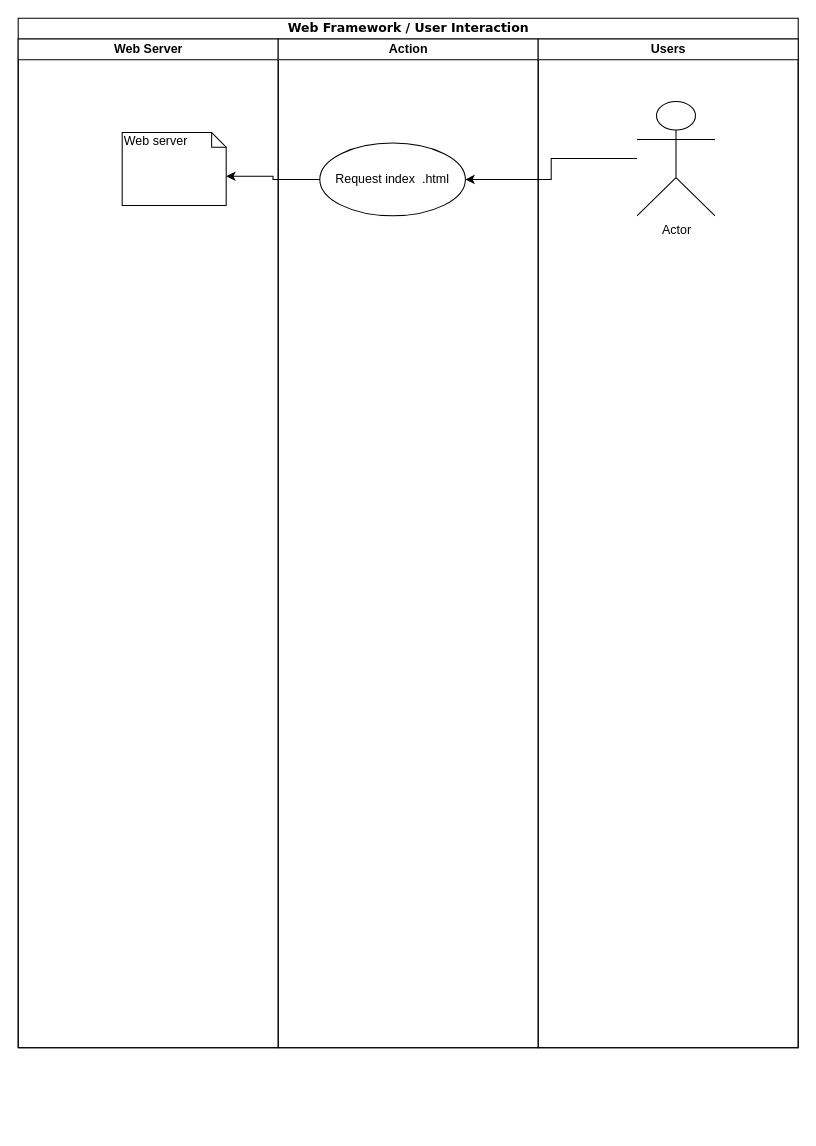
kodeschreiber/ITIS4155 keeps this draw.io diagram as ITIS4155_UML.drawio. Above is the earlier version. Source tidied: cells renumbered, new cells numbered last; positions are measured from the earlier drawing's top-left corner, leaving out a move shared by most shapes. Both pictures are drawn from the tidied source at 104%, with x=0, y=0 at pixel (18, 18).
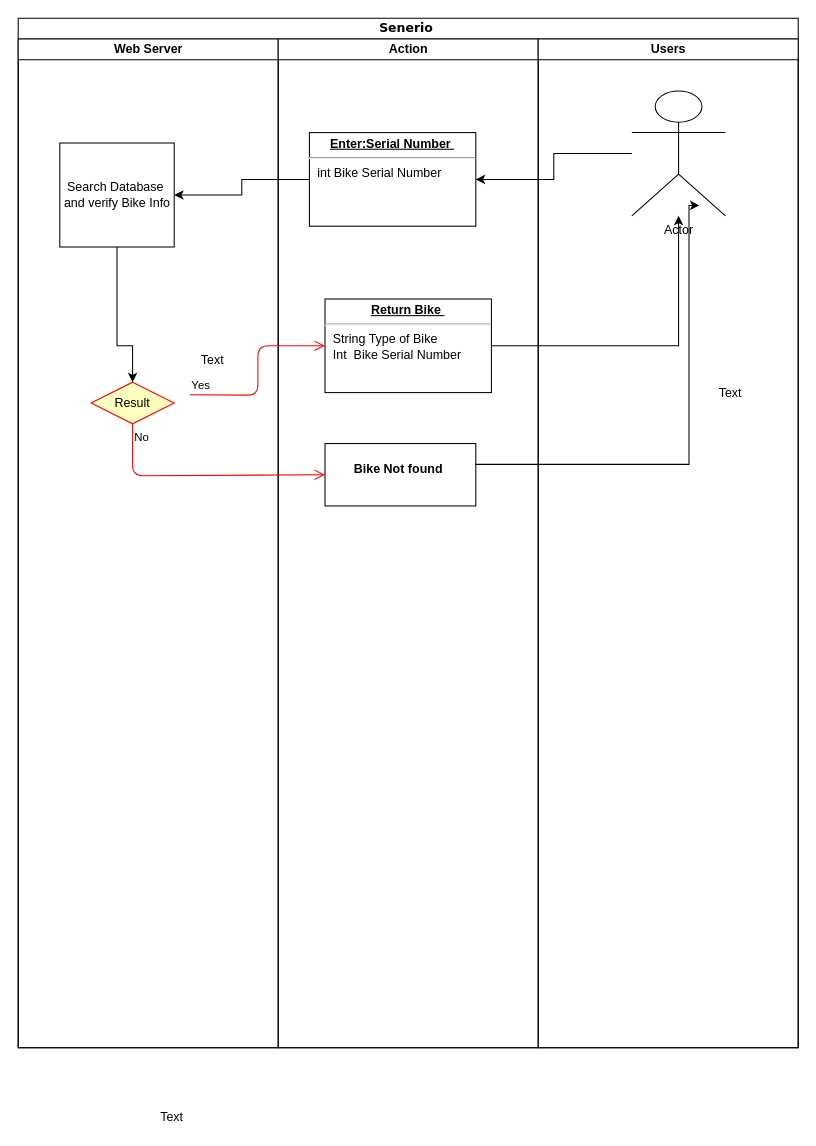
After the change.

Unchanged cells that the change refers to:
```xml
<mxCell id="3" value="Web Server" style="swimlane;html=1;startSize=20;" parent="2" vertex="1">
  <mxGeometry y="20" width="250" height="970" as="geometry" />
</mxCell>
<mxCell id="5" value="Action" style="swimlane;html=1;startSize=20;" parent="2" vertex="1">
  <mxGeometry x="250" y="20" width="250" height="970" as="geometry" />
</mxCell>
<mxCell id="7" value="Users" style="swimlane;html=1;startSize=20;" parent="2" vertex="1">
  <mxGeometry x="500" y="20" width="250" height="970" as="geometry" />
</mxCell>
```

Change to the diagram source:
```diff
@@
-    <mxCell id="2" value="Web Framework / User Interaction" style="swimlane;html=1;startSize=20;rounded=0;shadow=0;comic=0;labelBackgroundColor=none;strokeColor=#000000;strokeWidth=1;fillColor=#ffffff;fontFamily=Verdana;fontSize=12;fontColor=#000000;align=center;" parent="1" vertex="1">
+    <mxCell id="2" value="Senerio&amp;nbsp;" style="swimlane;html=1;startSize=20;rounded=0;shadow=0;comic=0;labelBackgroundColor=none;strokeColor=#000000;strokeWidth=1;fillColor=#ffffff;fontFamily=Verdana;fontSize=12;fontColor=#000000;align=center;" parent="1" vertex="1">
       <mxGeometry width="750" height="990" as="geometry" />
     </mxCell>
@@
-    <mxCell id="4" value="Web server" style="shape=note;whiteSpace=wrap;html=1;size=14;verticalAlign=top;align=left;spacingTop=-6;" parent="3" vertex="1">
-      <mxGeometry x="100" y="90" width="100" height="70" as="geometry" />
-    </mxCell>
+    <mxCell id="11" value="Search Database&amp;nbsp;&lt;br&gt;and verify Bike Info&lt;br&gt;" style="html=1;" parent="3" vertex="1">
+      <mxGeometry x="40" y="100" width="110" height="100" as="geometry" />
+    </mxCell>
+    <mxCell id="12" value="Result" style="rhombus;whiteSpace=wrap;html=1;fillColor=#ffffc0;strokeColor=#ff0000;" parent="3" vertex="1">
+      <mxGeometry x="70" y="330" width="80" height="40" as="geometry" />
+    </mxCell>
+    <mxCell id="13" style="edgeStyle=orthogonalEdgeStyle;rounded=0;jettySize=auto;html=1;entryX=0.5;entryY=0;entryDx=0;entryDy=0;" parent="3" edge="1" source="11" target="12">
+      <mxGeometry relative="1" as="geometry">
+        <Array as="points">
+          <mxPoint x="95" y="295" />
+          <mxPoint x="110" y="295" />
+        </Array>
+      </mxGeometry>
+    </mxCell>
@@
-    <mxCell id="6" value="Request index&amp;nbsp; .html" style="ellipse;whiteSpace=wrap;html=1;" parent="5" vertex="1">
-      <mxGeometry x="40" y="100" width="140" height="70" as="geometry" />
-    </mxCell>
+    <mxCell id="14" value="&lt;p style=&quot;margin: 0px ; margin-top: 4px ; text-align: center ; text-decoration: underline&quot;&gt;&lt;b&gt;Enter:Serial Number&amp;nbsp;&lt;/b&gt;&lt;/p&gt;&lt;hr&gt;&lt;p style=&quot;margin: 0px ; margin-left: 8px&quot;&gt;&lt;span&gt;int Bike Serial Number&lt;/span&gt;&lt;br&gt;&lt;/p&gt;" style="verticalAlign=top;align=left;overflow=fill;fontSize=12;fontFamily=Helvetica;html=1;" parent="5" vertex="1">
+      <mxGeometry x="30" y="90" width="160" height="90" as="geometry" />
+    </mxCell>
+    <mxCell id="15" value="&lt;p style=&quot;margin: 0px ; margin-top: 4px ; text-align: center ; text-decoration: underline&quot;&gt;&lt;b&gt;Return Bike&amp;nbsp;&lt;/b&gt;&lt;/p&gt;&lt;hr&gt;&lt;p style=&quot;margin: 0px ; margin-left: 8px&quot;&gt;String Type of Bike&amp;nbsp;&lt;br&gt;Int&amp;nbsp; Bike Serial Number&amp;nbsp;&amp;nbsp;&lt;br&gt;&lt;br&gt;&lt;/p&gt;" style="verticalAlign=top;align=left;overflow=fill;fontSize=12;fontFamily=Helvetica;html=1;" parent="5" vertex="1">
+      <mxGeometry x="45" y="250" width="160" height="90" as="geometry" />
+    </mxCell>
+    <mxCell id="16" value="&lt;p style=&quot;margin: 0px ; margin-top: 4px ; text-align: center&quot;&gt;&lt;br&gt;&lt;b&gt;Bike Not found&amp;nbsp;&lt;/b&gt;&lt;/p&gt;" style="verticalAlign=top;align=left;overflow=fill;fontSize=12;fontFamily=Helvetica;html=1;" parent="5" vertex="1">
+      <mxGeometry x="45" y="389" width="145" height="60" as="geometry" />
+    </mxCell>
@@
     <mxCell id="8" value="Actor" style="shape=umlActor;verticalLabelPosition=bottom;labelBackgroundColor=#ffffff;verticalAlign=top;html=1;" parent="7" vertex="1">
-      <mxGeometry x="95" y="60" width="75" height="110" as="geometry" />
+      <mxGeometry x="90" y="50" width="90" height="120" as="geometry" />
     </mxCell>
-    <mxCell id="9" style="edgeStyle=orthogonalEdgeStyle;rounded=0;jettySize=auto;html=1;entryX=1;entryY=0.5;entryDx=0;entryDy=0;" parent="2" edge="1" source="8" target="6">
-      <mxGeometry relative="1" as="geometry" />
-    </mxCell>
-    <mxCell id="10" style="edgeStyle=orthogonalEdgeStyle;rounded=0;jettySize=auto;html=1;entryX=0;entryY=0;entryDx=100;entryDy=42;entryPerimeter=0;" parent="2" edge="1" source="6" target="4">
-      <mxGeometry relative="1" as="geometry" />
-    </mxCell>
+    <mxCell id="17" style="edgeStyle=orthogonalEdgeStyle;rounded=0;jettySize=auto;html=1;entryX=1;entryY=0.5;entryDx=0;entryDy=0;" parent="2" edge="1" source="8" target="14">
+      <mxGeometry relative="1" as="geometry" />
+    </mxCell>
+    <mxCell id="18" style="edgeStyle=orthogonalEdgeStyle;rounded=0;jettySize=auto;html=1;entryX=1;entryY=0.5;entryDx=0;entryDy=0;" parent="2" edge="1" source="14" target="11">
+      <mxGeometry relative="1" as="geometry" />
+    </mxCell>
+    <mxCell id="19" style="edgeStyle=orthogonalEdgeStyle;rounded=0;jettySize=auto;html=1;" parent="2" edge="1" source="15" target="8">
+      <mxGeometry relative="1" as="geometry" />
+    </mxCell>
+    <mxCell id="20" value="No" style="edgeStyle=orthogonalEdgeStyle;html=1;align=left;verticalAlign=top;endArrow=open;endSize=8;strokeColor=#ff0000;entryX=0;entryY=0.5;entryDx=0;entryDy=0;" parent="2" edge="1" source="12" target="16">
+      <mxGeometry x="-1" relative="1" as="geometry">
+        <Array as="points">
+          <mxPoint x="110" y="440" />
+        </Array>
+      </mxGeometry>
+    </mxCell>
+    <mxCell id="21" value="Text" style="text;html=1;align=left;verticalAlign=top;spacingTop=-4;" parent="1" vertex="1">
+      <mxGeometry x="174" y="319" width="40" height="20" as="geometry" />
+    </mxCell>
+    <mxCell id="22" value="Yes" style="edgeStyle=orthogonalEdgeStyle;html=1;align=left;verticalAlign=bottom;endArrow=open;endSize=8;strokeColor=#ff0000;entryX=0;entryY=0.5;entryDx=0;entryDy=0;" parent="1" edge="1" target="15">
+      <mxGeometry x="-1" relative="1" as="geometry">
+        <mxPoint x="165" y="362" as="sourcePoint" />
+      </mxGeometry>
+    </mxCell>
+    <mxCell id="23" style="edgeStyle=orthogonalEdgeStyle;rounded=0;jettySize=auto;html=1;" parent="1" edge="1" source="16">
+      <mxGeometry relative="1" as="geometry">
+        <mxPoint x="655" y="180" as="targetPoint" />
+        <Array as="points">
+          <mxPoint x="645" y="429" />
+          <mxPoint x="645" y="180" />
+        </Array>
+      </mxGeometry>
+    </mxCell>
+    <mxCell id="24" value="Text" style="text;html=1;align=left;verticalAlign=top;spacingTop=-4;" parent="1" vertex="1">
+      <mxGeometry x="672" y="351" width="40" height="20" as="geometry" />
+    </mxCell>
+    <mxCell id="25" value="Text" style="text;html=1;align=left;verticalAlign=top;spacingTop=-4;" parent="1" vertex="1">
+      <mxGeometry x="135" y="1047" width="40" height="20" as="geometry" />
+    </mxCell>
```
